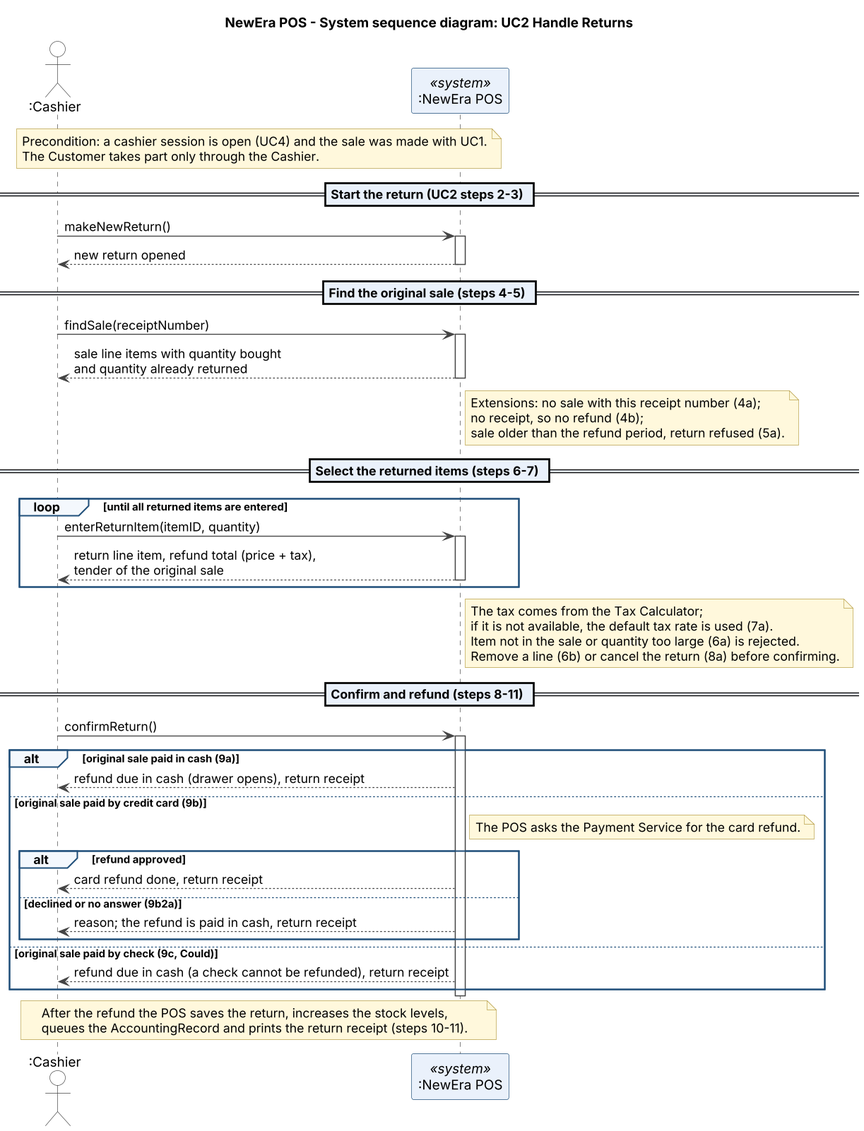
Above: assets/ssd_uc2.png in bhsei/26D (PlantUML), before the change. Source of this version:
```plantuml
@startuml

skinparam shadowing false
skinparam dpi 130
skinparam defaultFontName Arial
skinparam ArrowColor #444444
skinparam SequenceLifeLineBorderColor #444444
skinparam ParticipantBorderColor #1F4E79
skinparam ParticipantBackgroundColor #EAF1FB
skinparam ActorBorderColor #444444
skinparam ActorBackgroundColor #FFFFFF
skinparam SequenceGroupBackgroundColor #F4F8FD
skinparam SequenceGroupBorderColor #1F4E79
skinparam SequenceDividerBackgroundColor #EAF1FB
skinparam NoteBackgroundColor #FFF8DC
skinparam NoteBorderColor #B8A04A
skinparam responseMessageBelowArrow true

title NewEra POS - System sequence diagram: UC2 Handle Returns

actor ":Cashier" as Cashier
participant ":NewEra POS" as POS <<system>>

note over Cashier, POS
  Precondition: a cashier session is open (UC4) and the sale was made with UC1.
  The Customer takes part only through the Cashier.
end note

== Start the return (UC2 steps 2-3) ==
Cashier -> POS : makeNewReturn()
activate POS
POS --> Cashier : new return opened
deactivate POS

== Find the original sale (steps 4-5) ==
Cashier -> POS : findSale(receiptNumber)
activate POS
POS --> Cashier : sale line items with quantity bought\nand quantity already returned
deactivate POS
note right of POS
  Extensions: no sale with this receipt number (4a);
  no receipt, so no refund (4b);
  sale older than the refund period, return refused (5a).
end note

== Select the returned items (steps 6-7) ==
loop until all returned items are entered
  Cashier -> POS : enterReturnItem(itemID, quantity)
  activate POS
  POS --> Cashier : return line item, refund total (price + tax),\ntender of the original sale
  deactivate POS
end
note right of POS
  The tax comes from the Tax Calculator;
  if it is not available, the default tax rate is used (7a).
  Item not in the sale or quantity too large (6a) is rejected.
  Remove a line (6b) or cancel the return (8a) before confirming.
end note

== Confirm and refund (steps 8-11) ==
Cashier -> POS : confirmReturn()
activate POS
alt original sale paid in cash (9a)
  POS --> Cashier : refund due in cash (drawer opens), return receipt
else original sale paid by credit card (9b)
  note right of POS
    The POS asks the Payment Service for the card refund.
  end note
  alt refund approved
    POS --> Cashier : card refund done, return receipt
  else declined or no answer (9b2a)
    POS --> Cashier : reason; the refund is paid in cash, return receipt
  end
else original sale paid by check (9c, Could)
  POS --> Cashier : refund due in cash (a check cannot be refunded), return receipt
end
deactivate POS

note over Cashier, POS
  After the refund the POS saves the return, increases the stock levels,
  queues the AccountingRecord and prints the return receipt (steps 10-11).
end note
@enduml
```
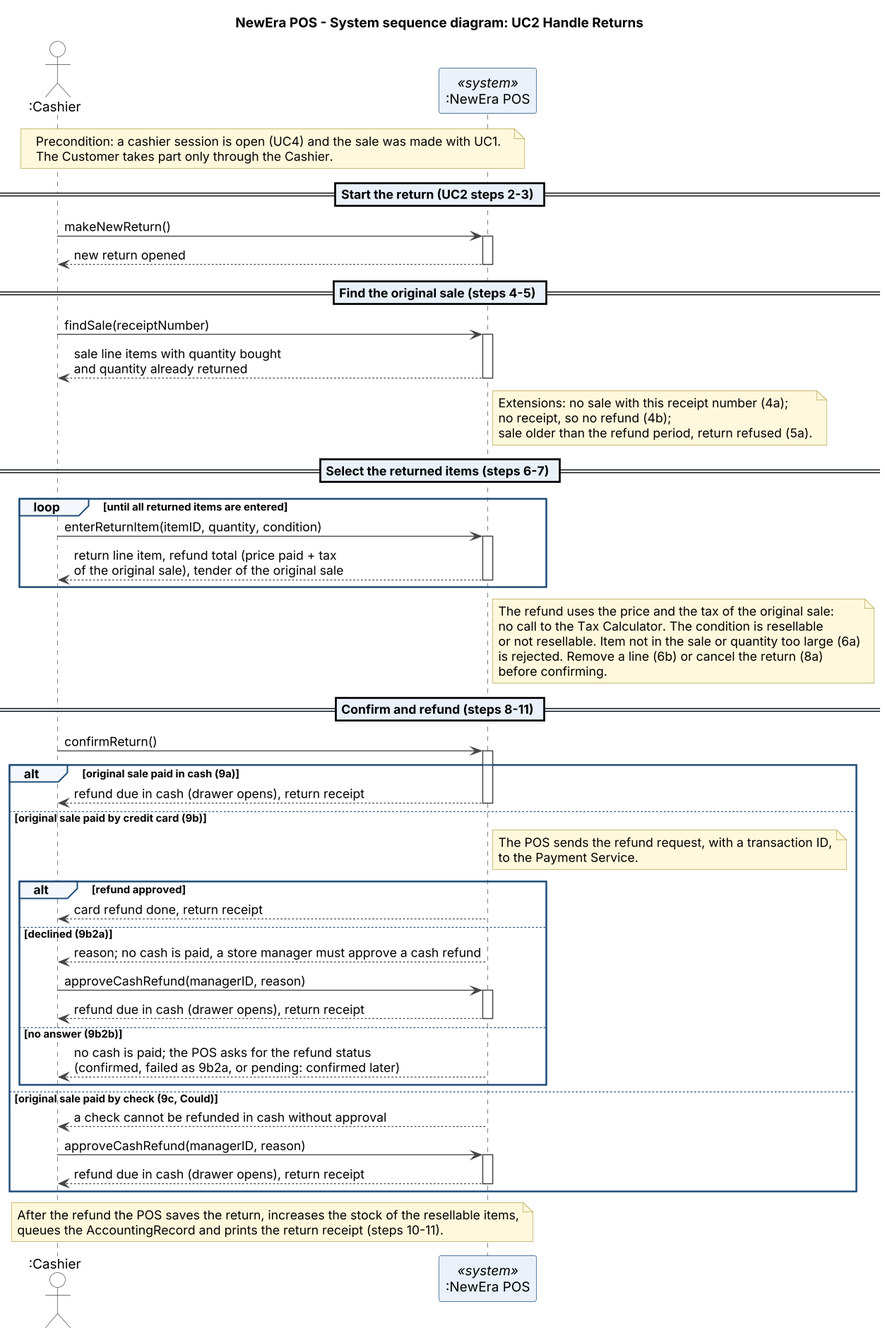
The same diagram one commit later.

Commit message:
W8 - System sequence diagrams v0.4; UC2 aligned with the SRS: no Tax Calculator, condition, manager approval (#50, B-D19)

Diff of the diagram source:
```diff
@@ -45,16 +45,17 @@
 
 == Select the returned items (steps 6-7) ==
 loop until all returned items are entered
-  Cashier -> POS : enterReturnItem(itemID, quantity)
+  Cashier -> POS : enterReturnItem(itemID, quantity, condition)
   activate POS
-  POS --> Cashier : return line item, refund total (price + tax),\ntender of the original sale
+  POS --> Cashier : return line item, refund total (price paid + tax\nof the original sale), tender of the original sale
   deactivate POS
 end
 note right of POS
-  The tax comes from the Tax Calculator;
-  if it is not available, the default tax rate is used (7a).
-  Item not in the sale or quantity too large (6a) is rejected.
-  Remove a line (6b) or cancel the return (8a) before confirming.
+  The refund uses the price and the tax of the original sale:
+  no call to the Tax Calculator. The condition is resellable
+  or not resellable. Item not in the sale or quantity too large (6a)
+  is rejected. Remove a line (6b) or cancel the return (8a)
+  before confirming.
 end note
 
 == Confirm and refund (steps 8-11) ==
@@ -62,22 +63,37 @@
 activate POS
 alt original sale paid in cash (9a)
   POS --> Cashier : refund due in cash (drawer opens), return receipt
+  deactivate POS
 else original sale paid by credit card (9b)
   note right of POS
-    The POS asks the Payment Service for the card refund.
+    The POS sends the refund request, with a transaction ID,
+    to the Payment Service.
   end note
   alt refund approved
     POS --> Cashier : card refund done, return receipt
-  else declined or no answer (9b2a)
-    POS --> Cashier : reason; the refund is paid in cash, return receipt
+    deactivate POS
+  else declined (9b2a)
+    POS --> Cashier : reason; no cash is paid, a store manager must approve a cash refund
+    deactivate POS
+    Cashier -> POS : approveCashRefund(managerID, reason)
+    activate POS
+    POS --> Cashier : refund due in cash (drawer opens), return receipt
+    deactivate POS
+  else no answer (9b2b)
+    POS --> Cashier : no cash is paid; the POS asks for the refund status\n(confirmed, failed as 9b2a, or pending: confirmed later)
+    deactivate POS
   end
 else original sale paid by check (9c, Could)
-  POS --> Cashier : refund due in cash (a check cannot be refunded), return receipt
+  POS --> Cashier : a check cannot be refunded in cash without approval
+  deactivate POS
+  Cashier -> POS : approveCashRefund(managerID, reason)
+  activate POS
+  POS --> Cashier : refund due in cash (drawer opens), return receipt
+  deactivate POS
 end
-deactivate POS
 
 note over Cashier, POS
-  After the refund the POS saves the return, increases the stock levels,
+  After the refund the POS saves the return, increases the stock of the resellable items,
   queues the AccountingRecord and prints the return receipt (steps 10-11).
 end note
 @enduml
```
